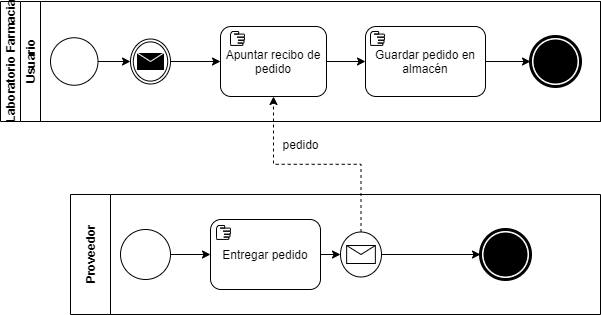
Before: Imágenes BPMN/RecibirPedidoBPMN-Actual.png, a diagram exported from draw.io (Franbr31/IR-project). Source tidied: cells renumbered, new cells last; positions are measured from the earlier drawing's top-left corner, leaving out a move shared by most shapes.
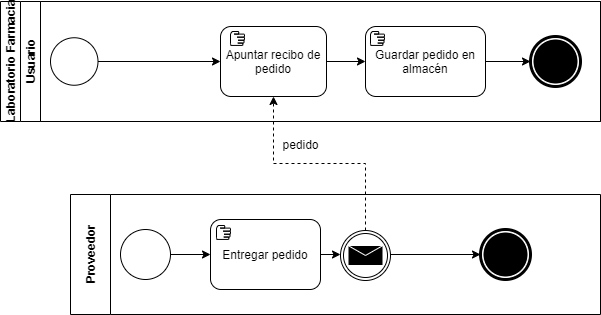
Later version of the same file.

What changed in the source:
```diff
@@ -8,15 +8,9 @@
     <mxCell id="3" value="Usuario" style="swimlane;html=1;startSize=20;horizontal=0;" parent="2" vertex="1">
       <mxGeometry x="20" width="580" height="120" as="geometry" />
     </mxCell>
-    <mxCell id="4" style="shape=mxgraph.bpmn.shape;html=1;verticalLabelPosition=bottom;labelBackgroundColor=#ffffff;verticalAlign=top;align=center;perimeter=ellipsePerimeter;outlineConnect=0;outline=throwing;symbol=message;" parent="3" vertex="1">
-      <mxGeometry x="110" y="37.5" width="40" height="45" as="geometry" />
-    </mxCell>
     <mxCell id="5" value="Apuntar recibo de pedido" style="shape=ext;rounded=1;html=1;whiteSpace=wrap;" parent="3" vertex="1">
       <mxGeometry x="200" y="25" width="106" height="70" as="geometry" />
     </mxCell>
-    <mxCell id="6" style="edgeStyle=orthogonalEdgeStyle;rounded=0;jettySize=auto;html=1;entryX=0;entryY=0.5;entryDx=0;entryDy=0;" parent="3" edge="1" source="4" target="5">
-      <mxGeometry relative="1" as="geometry" />
-    </mxCell>
     <mxCell id="7" style="edgeStyle=orthogonalEdgeStyle;rounded=0;jettySize=auto;html=1;exitX=1;exitY=0.5;exitDx=0;exitDy=0;" parent="3" edge="1" source="8" target="11">
       <mxGeometry relative="1" as="geometry" />
     </mxCell>
@@ -35,7 +29,7 @@
     <mxCell id="12" style="shape=mxgraph.bpmn.manual_task;html=1;" parent="3" vertex="1">
       <mxGeometry x="350" y="30" width="14" height="14" as="geometry" />
     </mxCell>
-    <mxCell id="13" style="edgeStyle=orthogonalEdgeStyle;rounded=0;jettySize=auto;html=1;exitX=1;exitY=0.5;exitDx=0;exitDy=0;entryX=0;entryY=0.5;entryDx=0;entryDy=0;" parent="3" edge="1" source="14" target="4">
+    <mxCell id="13" style="edgeStyle=orthogonalEdgeStyle;rounded=0;jettySize=auto;html=1;exitX=1;exitY=0.5;exitDx=0;exitDy=0;entryX=0;entryY=0.5;entryDx=0;entryDy=0;" parent="3" edge="1" source="14" target="5">
       <mxGeometry relative="1" as="geometry" />
     </mxCell>
     <mxCell id="14" style="ellipse;whiteSpace=wrap;html=1;" parent="3" vertex="1">
@@ -50,8 +44,10 @@
     <mxCell id="17" style="shape=mxgraph.bpmn.shape;html=1;verticalLabelPosition=bottom;labelBackgroundColor=#ffffff;verticalAlign=top;align=center;perimeter=ellipsePerimeter;outlineConnect=0;outline=standard;symbol=general;" parent="15" vertex="1">
       <mxGeometry x="50" y="35" width="50" height="50" as="geometry" />
     </mxCell>
-    <mxCell id="18" style="edgeStyle=orthogonalEdgeStyle;rounded=0;jettySize=auto;html=1;exitX=1;exitY=0.5;exitDx=0;exitDy=0;entryX=0;entryY=0.5;entryDx=0;entryDy=0;" parent="15" edge="1" source="19" target="22">
-      <mxGeometry relative="1" as="geometry" />
+    <mxCell id="18" style="edgeStyle=orthogonalEdgeStyle;rounded=0;jettySize=auto;html=1;exitX=1;exitY=0.5;exitDx=0;exitDy=0;entryX=0;entryY=0.5;entryDx=0;entryDy=0;" parent="15" edge="1" source="19">
+      <mxGeometry relative="1" as="geometry">
+        <mxPoint x="270" y="60" as="targetPoint" />
+      </mxGeometry>
     </mxCell>
     <mxCell id="19" value="Entregar pedido" style="shape=ext;rounded=1;html=1;whiteSpace=wrap;" parent="15" vertex="1">
       <mxGeometry x="140" y="25" width="110" height="70" as="geometry" />
@@ -59,16 +55,18 @@
     <mxCell id="20" style="shape=mxgraph.bpmn.manual_task;html=1;" parent="15" vertex="1">
       <mxGeometry x="146" y="31" width="14" height="14" as="geometry" />
     </mxCell>
-    <mxCell id="21" style="edgeStyle=orthogonalEdgeStyle;rounded=0;jettySize=auto;html=1;exitX=1;exitY=0.5;exitDx=0;exitDy=0;entryX=0;entryY=0.5;entryDx=0;entryDy=0;" parent="15" edge="1" source="22" target="23">
-      <mxGeometry relative="1" as="geometry" />
+    <mxCell id="21" style="edgeStyle=orthogonalEdgeStyle;rounded=0;jettySize=auto;html=1;exitX=1;exitY=0.5;exitDx=0;exitDy=0;entryX=0;entryY=0.5;entryDx=0;entryDy=0;" parent="15" edge="1" target="23">
+      <mxGeometry relative="1" as="geometry">
+        <mxPoint x="311" y="60" as="sourcePoint" />
+      </mxGeometry>
     </mxCell>
-    <mxCell id="22" style="shape=mxgraph.bpmn.shape;html=1;verticalLabelPosition=bottom;labelBackgroundColor=#ffffff;verticalAlign=top;align=center;perimeter=ellipsePerimeter;outlineConnect=0;outline=standard;symbol=message;" parent="15" vertex="1">
-      <mxGeometry x="270" y="37.5" width="41" height="45" as="geometry" />
-    </mxCell>
     <mxCell id="23" style="shape=mxgraph.bpmn.shape;html=1;verticalLabelPosition=bottom;labelBackgroundColor=#ffffff;verticalAlign=top;align=center;perimeter=ellipsePerimeter;outlineConnect=0;outline=end;symbol=terminate;" parent="15" vertex="1">
       <mxGeometry x="410" y="35" width="50" height="50" as="geometry" />
     </mxCell>
+    <mxCell id="26" style="shape=mxgraph.bpmn.shape;html=1;verticalLabelPosition=bottom;labelBackgroundColor=#ffffff;verticalAlign=top;align=center;perimeter=ellipsePerimeter;outlineConnect=0;outline=throwing;symbol=message;" parent="15" vertex="1">
+      <mxGeometry x="270" y="36" width="50" height="50" as="geometry" />
+    </mxCell>
-    <mxCell id="24" style="edgeStyle=orthogonalEdgeStyle;rounded=0;jettySize=auto;html=1;exitX=0.5;exitY=0;exitDx=0;exitDy=0;dashed=1;entryX=0.5;entryY=1;entryDx=0;entryDy=0;" parent="1" edge="1" source="22" target="5">
+    <mxCell id="24" style="edgeStyle=orthogonalEdgeStyle;rounded=0;jettySize=auto;html=1;exitX=0.5;exitY=0;exitDx=0;exitDy=0;dashed=1;entryX=0.5;entryY=1;entryDx=0;entryDy=0;" parent="1" edge="1" source="26" target="5">
       <mxGeometry relative="1" as="geometry" />
     </mxCell>
     <mxCell id="25" value="pedido" style="text;html=1;align=center;verticalAlign=middle;" parent="1" vertex="1">
```
